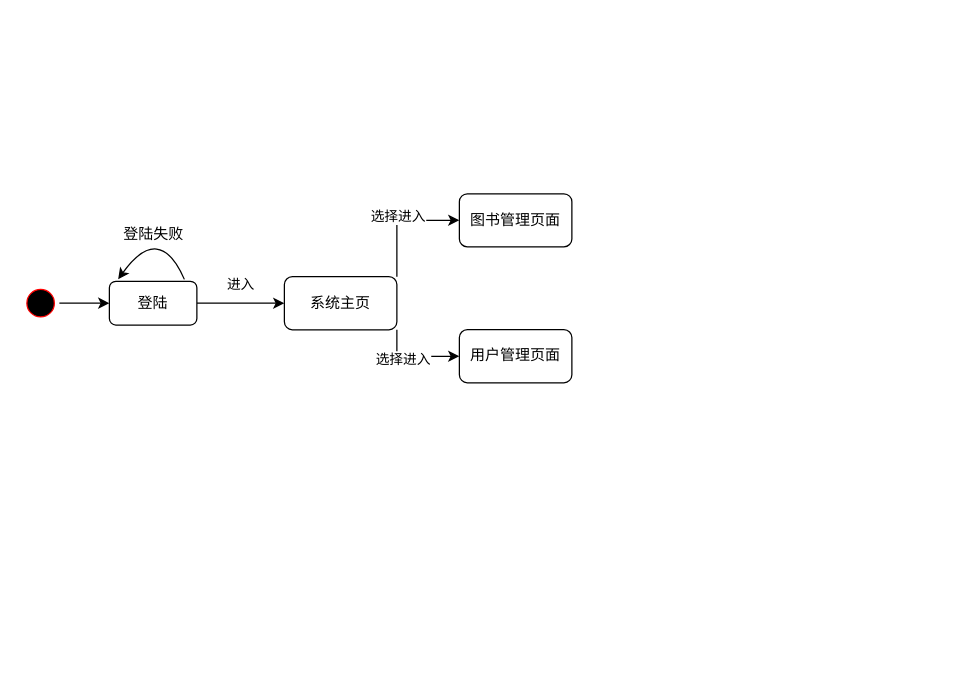
Earlier version of the draw.io diagram 软分课设/状态图.drawio (myjdml/drowio). Source tidied: cells renumbered, new cells numbered last; positions are measured from the earlier drawing's top-left corner, leaving out a move shared by most shapes. Both pictures are drawn from the tidied source at 125%, with x=0, y=0 at pixel (21, 194).
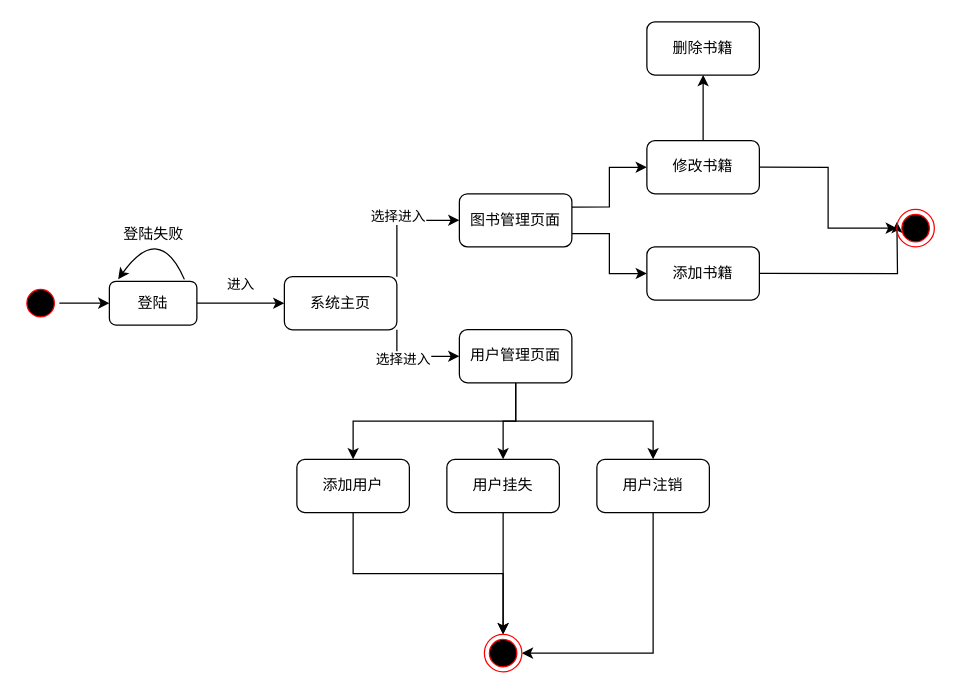
After the change.

Unchanged cells that the change refers to:
```xml
<mxCell id="13" value="图书管理页面" style="rounded=1;whiteSpace=wrap;html=1;" parent="1" vertex="1">
  <mxGeometry x="350" y="-0.5" width="90" height="42.5" as="geometry" />
</mxCell>
<mxCell id="14" value="用户管理页面" style="rounded=1;whiteSpace=wrap;html=1;" parent="1" vertex="1">
  <mxGeometry x="350" y="108.2" width="90" height="42.5" as="geometry" />
</mxCell>
```

Change to the diagram source:
```diff
@@
+    <mxCell id="15" style="edgeStyle=orthogonalEdgeStyle;rounded=0;jettySize=auto;html=1;exitX=1;exitY=0.25;exitDx=0;exitDy=0;" parent="1" edge="1" source="13" target="24">
+      <mxGeometry relative="1" as="geometry" />
+    </mxCell>
+    <mxCell id="16" style="edgeStyle=orthogonalEdgeStyle;rounded=0;jettySize=auto;html=1;exitX=1;exitY=0.75;exitDx=0;exitDy=0;" parent="1" edge="1" source="13" target="21">
+      <mxGeometry relative="1" as="geometry" />
+    </mxCell>
@@
+    <mxCell id="17" style="edgeStyle=orthogonalEdgeStyle;rounded=0;jettySize=auto;html=1;exitX=0.5;exitY=1;exitDx=0;exitDy=0;" parent="1" edge="1" source="14" target="28">
+      <mxGeometry relative="1" as="geometry" />
+    </mxCell>
+    <mxCell id="18" style="edgeStyle=orthogonalEdgeStyle;rounded=0;jettySize=auto;html=1;exitX=0.5;exitY=1;exitDx=0;exitDy=0;entryX=0.5;entryY=0;entryDx=0;entryDy=0;" parent="1" edge="1" source="14" target="30">
+      <mxGeometry relative="1" as="geometry" />
+    </mxCell>
+    <mxCell id="19" style="edgeStyle=orthogonalEdgeStyle;rounded=0;jettySize=auto;html=1;exitX=0.5;exitY=1;exitDx=0;exitDy=0;" parent="1" edge="1" source="14" target="32">
+      <mxGeometry relative="1" as="geometry" />
+    </mxCell>
@@
+    <mxCell id="20" style="edgeStyle=orthogonalEdgeStyle;rounded=0;jettySize=auto;html=1;exitX=1;exitY=0.5;exitDx=0;exitDy=0;" parent="1" edge="1" source="21">
+      <mxGeometry relative="1" as="geometry">
+        <mxPoint x="700" y="22" as="targetPoint" />
+      </mxGeometry>
+    </mxCell>
+    <mxCell id="21" value="添加书籍" style="rounded=1;whiteSpace=wrap;html=1;" parent="1" vertex="1">
+      <mxGeometry x="500" y="42" width="90" height="42.5" as="geometry" />
+    </mxCell>
+    <mxCell id="22" style="edgeStyle=orthogonalEdgeStyle;rounded=0;jettySize=auto;html=1;exitX=0.5;exitY=0;exitDx=0;exitDy=0;entryX=0.5;entryY=1;entryDx=0;entryDy=0;" parent="1" edge="1" source="24" target="25">
+      <mxGeometry relative="1" as="geometry" />
+    </mxCell>
+    <mxCell id="23" style="edgeStyle=orthogonalEdgeStyle;rounded=0;jettySize=auto;html=1;exitX=1;exitY=0.5;exitDx=0;exitDy=0;entryX=0;entryY=0.5;entryDx=0;entryDy=0;" parent="1" edge="1" source="24" target="26">
+      <mxGeometry relative="1" as="geometry" />
+    </mxCell>
+    <mxCell id="24" value="修改书籍" style="rounded=1;whiteSpace=wrap;html=1;" parent="1" vertex="1">
+      <mxGeometry x="500" y="-43" width="90" height="42.5" as="geometry" />
+    </mxCell>
+    <mxCell id="25" value="删除书籍" style="rounded=1;whiteSpace=wrap;html=1;" parent="1" vertex="1">
+      <mxGeometry x="500" y="-138" width="90" height="42.5" as="geometry" />
+    </mxCell>
+    <mxCell id="26" style="ellipse;html=1;shape=endState;fillColor=#000000;strokeColor=#ff0000;" parent="1" vertex="1">
+      <mxGeometry x="700" y="12" width="30" height="30" as="geometry" />
+    </mxCell>
+    <mxCell id="27" style="edgeStyle=orthogonalEdgeStyle;rounded=0;jettySize=auto;html=1;exitX=0.5;exitY=1;exitDx=0;exitDy=0;entryX=0.5;entryY=0;entryDx=0;entryDy=0;" parent="1" edge="1" source="28" target="33">
+      <mxGeometry relative="1" as="geometry" />
+    </mxCell>
+    <mxCell id="28" value="添加用户" style="rounded=1;whiteSpace=wrap;html=1;" parent="1" vertex="1">
+      <mxGeometry x="220" y="212" width="90" height="42.5" as="geometry" />
+    </mxCell>
+    <mxCell id="29" style="edgeStyle=orthogonalEdgeStyle;rounded=0;jettySize=auto;html=1;exitX=0.5;exitY=1;exitDx=0;exitDy=0;" parent="1" edge="1" source="30">
+      <mxGeometry relative="1" as="geometry">
+        <mxPoint x="385" y="352" as="targetPoint" />
+      </mxGeometry>
+    </mxCell>
+    <mxCell id="30" value="用户挂失" style="rounded=1;whiteSpace=wrap;html=1;" parent="1" vertex="1">
+      <mxGeometry x="340" y="212" width="90" height="42.5" as="geometry" />
+    </mxCell>
+    <mxCell id="31" style="edgeStyle=orthogonalEdgeStyle;rounded=0;jettySize=auto;html=1;exitX=0.5;exitY=1;exitDx=0;exitDy=0;entryX=1;entryY=0.5;entryDx=0;entryDy=0;" parent="1" edge="1" source="32" target="33">
+      <mxGeometry relative="1" as="geometry" />
+    </mxCell>
+    <mxCell id="32" value="用户注销" style="rounded=1;whiteSpace=wrap;html=1;" parent="1" vertex="1">
+      <mxGeometry x="460" y="212" width="90" height="42.5" as="geometry" />
+    </mxCell>
+    <mxCell id="33" style="ellipse;html=1;shape=endState;fillColor=#000000;strokeColor=#ff0000;" parent="1" vertex="1">
+      <mxGeometry x="370" y="352" width="30" height="30" as="geometry" />
+    </mxCell>
```
